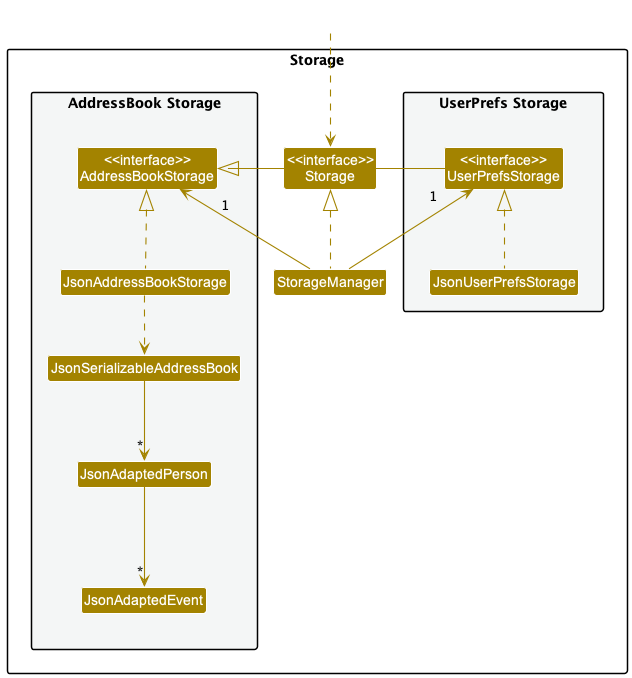
Before: docs/images/StorageClassDiagram.png, a diagram exported from PlantUML (nus-cs2103-AY2223S2/tp).
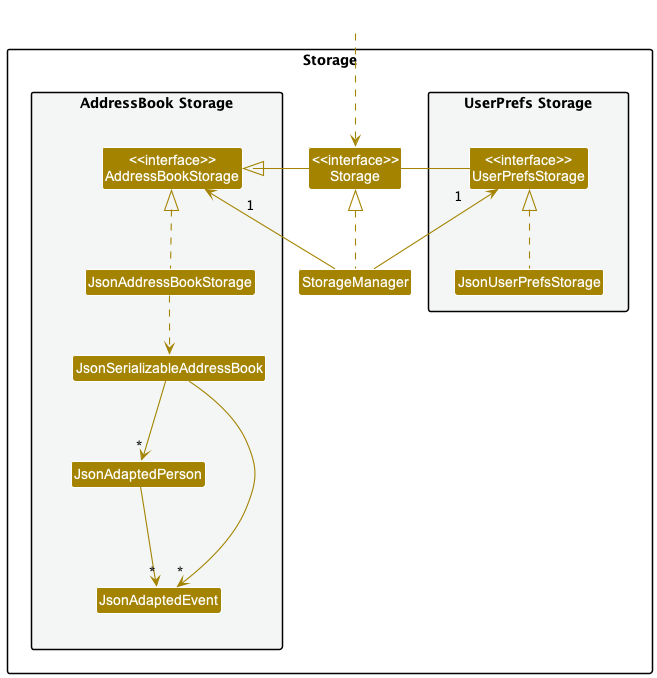
After the commit.

Commit message:
Correct StorageClassDiagram

Diff of the diagram source:
```diff
@@ -38,6 +38,7 @@
 JsonAddressBookStorage .up.|> AddressBookStorage
 JsonAddressBookStorage ..> JsonSerializableAddressBook
 JsonSerializableAddressBook --> "*" JsonAdaptedPerson
+JsonSerializableAddressBook --> "*" JsonAdaptedEvent
 JsonAdaptedPerson --> "*" JsonAdaptedEvent
 
 @enduml
```
